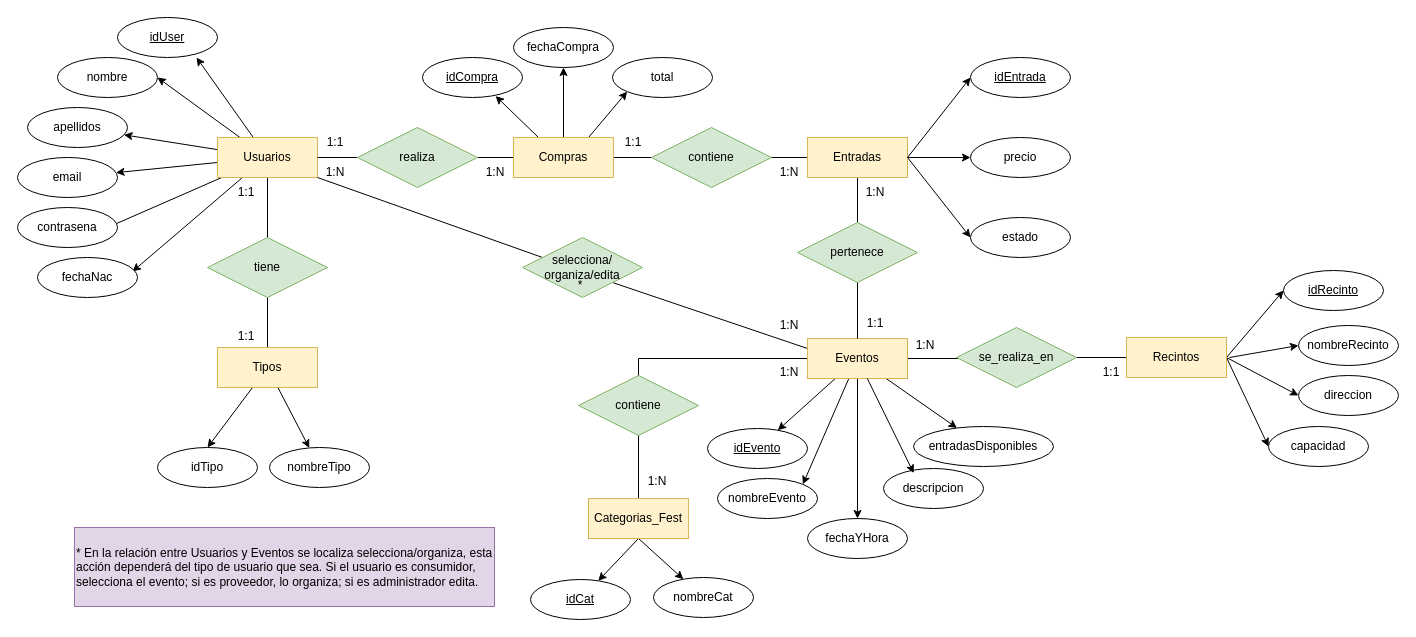
Before: page "Modelo ER" (1 of 3) of docs/E-R.drawio in julianaLoor/festivaleandoando, a draw.io diagram. Source tidied: cells renumbered, new cells numbered last; positions are measured from the earlier drawing's top-left corner, leaving out a move shared by most shapes. Both pictures are drawn from the tidied source at 100%, with x=0, y=0 at pixel (17, 17).
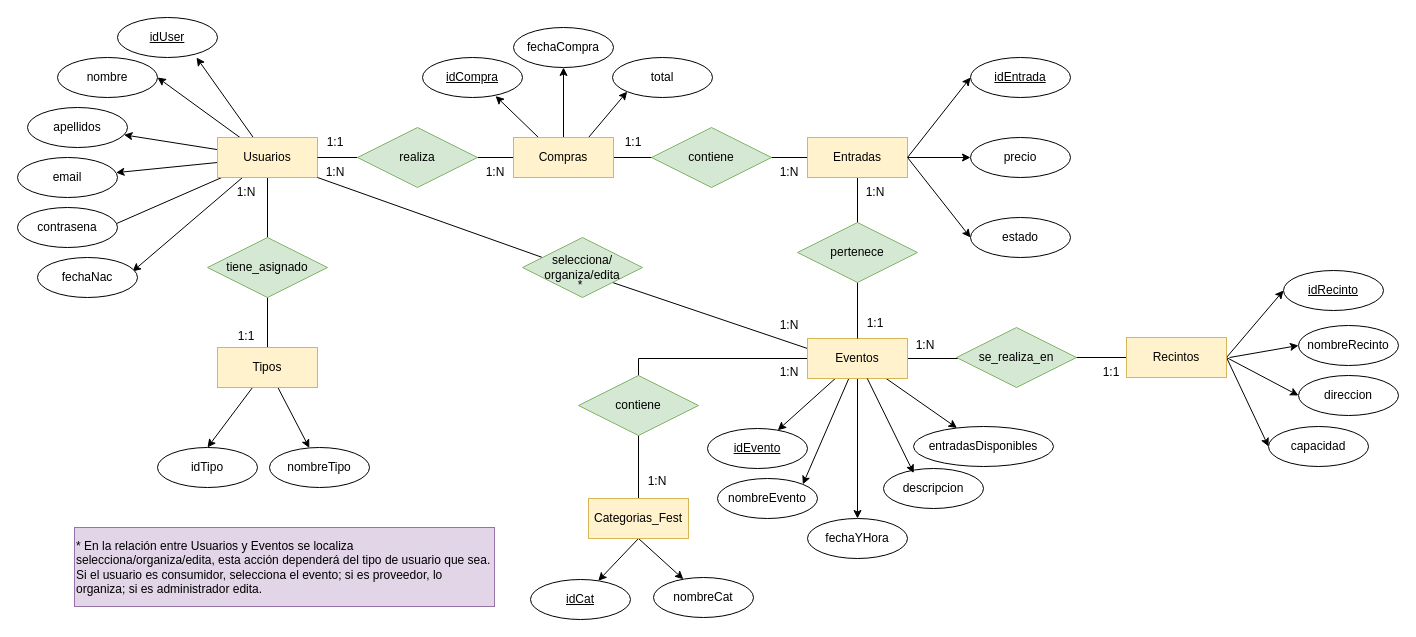
Above is the later version.

Diff of the diagram source:
```diff
@@
-    <mxCell id="76" value="tiene" style="shape=rhombus;perimeter=rhombusPerimeter;whiteSpace=wrap;html=1;align=center;fillColor=#d5e8d4;strokeColor=#82b366;" parent="1" vertex="1">
+    <mxCell id="76" value="tiene_asignado" style="shape=rhombus;perimeter=rhombusPerimeter;whiteSpace=wrap;html=1;align=center;fillColor=#d5e8d4;strokeColor=#82b366;" parent="1" vertex="1">
       <mxGeometry x="190" y="220" width="120" height="60" as="geometry" />
     </mxCell>
@@
-    <mxCell id="82" value="1:1" style="text;html=1;align=center;verticalAlign=middle;whiteSpace=wrap;rounded=0;" parent="1" vertex="1">
+    <mxCell id="82" value="1:N" style="text;html=1;align=center;verticalAlign=middle;whiteSpace=wrap;rounded=0;" parent="1" vertex="1">
       <mxGeometry x="211" y="160" width="36" height="30" as="geometry" />
     </mxCell>
@@
-    <mxCell id="88" value="* En la relación entre Usuarios y Eventos se localiza selecciona/organiza, esta acción dependerá del tipo de usuario que sea. S&lt;span style=&quot;&quot;&gt;i el usuario es consumidor, selecciona el evento; si es proveedor, lo organiza; si es administrador edita.&lt;/span&gt;" style="text;html=1;align=left;verticalAlign=middle;whiteSpace=wrap;rounded=0;fillColor=#e1d5e7;strokeColor=#9673a6;" parent="1" vertex="1">
+    <mxCell id="88" value="* En la relación entre Usuarios y Eventos se localiza selecciona/organiza/edita, esta acción dependerá del tipo de usuario que sea. S&lt;span style=&quot;&quot;&gt;i el usuario es consumidor, selecciona el evento; si es proveedor, lo organiza; si es administrador edita.&lt;/span&gt;" style="text;html=1;align=left;verticalAlign=middle;whiteSpace=wrap;rounded=0;fillColor=#e1d5e7;strokeColor=#9673a6;" parent="1" vertex="1">
       <mxGeometry x="57" y="510" width="420" height="79" as="geometry" />
     </mxCell>
```
